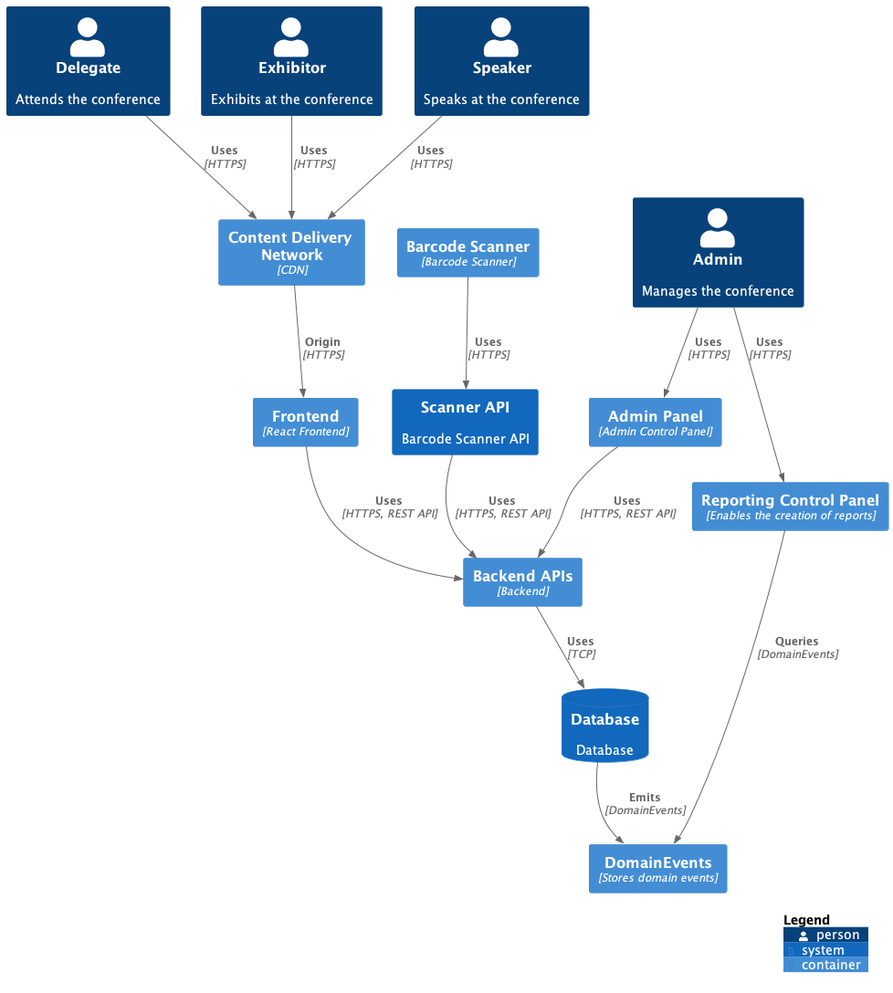
Before: out/SystemContext/ContainerDiagram.png, a diagram exported from PlantUML (CSC-40084-Group-7/BMI2-UML).
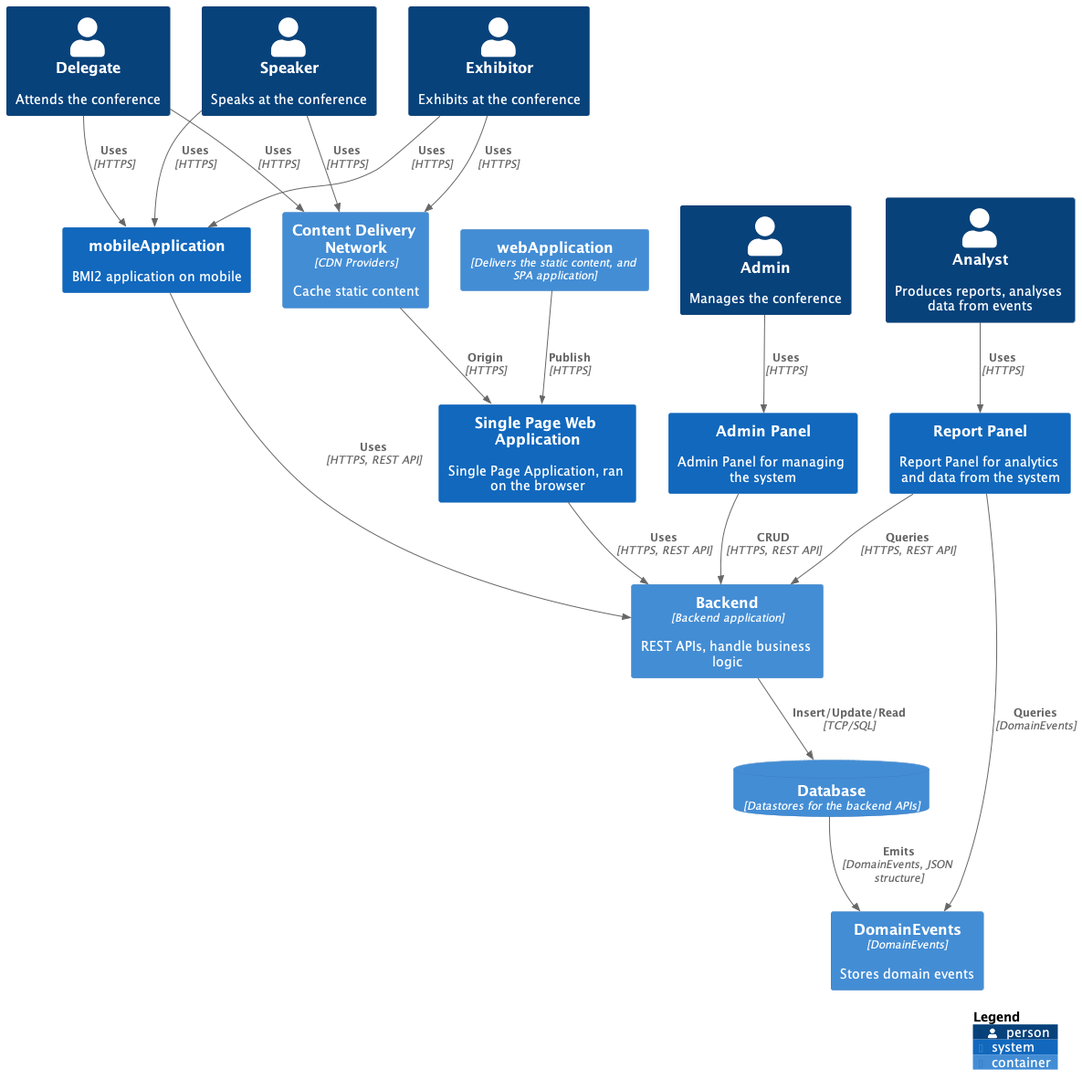
Later version of the same file.

Change to the diagram source:
```diff
@@ -12,36 +12,42 @@
 Person(exhibitor, "Exhibitor", "Exhibits at the conference")
 Person(speaker, "Speaker", "Speaks at the conference")
 Person(admin, "Admin", "Manages the conference")
+Person(analyst, "Analyst", "Produces reports, analyses data from events")
 
-Container(CDN, "Content Delivery Network", "CDN")
-Container(frontend, "Frontend", "React Frontend")
-Container(backend, "Backend APIs", "Backend")
-Container(adminPanel, "Admin Panel", "Admin Control Panel")
-SystemDb(database, "Database", "Database")
+Container(CDN, "Content Delivery Network", "CDN Providers", "Cache static content")
+System(spaApplication, "Single Page Web Application", "Single Page Application, ran on the browser")
+System(mobileApplication, "mobileApplication", "BMI2 application on mobile")
+Container(webApplication, "webApplication", "Delivers the static content, and SPA application")
+Container(backend, "Backend", "Backend application", "REST APIs, handle business logic")
+ContainerDb(database, "Database", "Datastores for the backend APIs")
+Container(domainEvents, "DomainEvents", "DomainEvents", "Stores domain events")
 
-Rel(admin, adminPanel, "Uses", "HTTPS")
-Rel(adminPanel, backend, "Uses", "HTTPS, REST API")
+System(adminPanel, "Admin Panel", "Admin Panel for managing the system")
+System(reportPanel, "Report Panel", "Report Panel for analytics and data from the system")
 
 Rel(delegate, CDN, "Uses", "HTTPS")
 Rel(exhibitor, CDN, "Uses", "HTTPS")
 Rel(speaker, CDN, "Uses", "HTTPS")
 
-Rel(frontend, backend, "Uses", "HTTPS, REST API")
-Rel(backend, database, "Uses", "TCP")
-Rel(CDN, frontend, "Origin", "HTTPS")
+Rel(delegate, mobileApplication, "Uses", "HTTPS")
+Rel(exhibitor, mobileApplication, "Uses", "HTTPS")
+Rel(speaker, mobileApplication, "Uses", "HTTPS")
 
-Container(barcodeScanner, "Barcode Scanner", "Barcode Scanner")
-System(scannerApi, "Scanner API", "Barcode Scanner API")
+Rel(CDN, spaApplication, "Origin", "HTTPS")
+Rel(webApplication, spaApplication, "Publish", "HTTPS")
 
-Rel(barcodeScanner, scannerApi, "Uses", "HTTPS")
-Rel(scannerApi, backend, "Uses", "HTTPS, REST API")
+Rel(mobileApplication, backend, "Uses", "HTTPS, REST API")
 
-Container(reporting, "Reporting Control Panel", "Enables the creation of reports")
-Container(domainevents, "DomainEvents", "Stores domain events")
+Rel(spaApplication, backend, "Uses", "HTTPS, REST API")
+Rel(backend, database, "Insert/Update/Read", "TCP/SQL")
 
-Rel(database, domainevents, "Emits", "DomainEvents")
-Rel(reporting, domainevents, "Queries", "DomainEvents")
-Rel(admin, reporting, "Uses", "HTTPS")
+Rel(admin, adminPanel, "Uses", "HTTPS")
+Rel(adminPanel, backend, "CRUD", "HTTPS, REST API")
+
+Rel(analyst, reportPanel, "Uses", "HTTPS")
+Rel(reportPanel, domainEvents, "Queries", "DomainEvents")
+Rel(database, domainEvents, "Emits", "DomainEvents, JSON structure")
+Rel(reportPanel, backend, "Queries", "HTTPS, REST API")
 
 SHOW_LEGEND()
 @enduml
```
